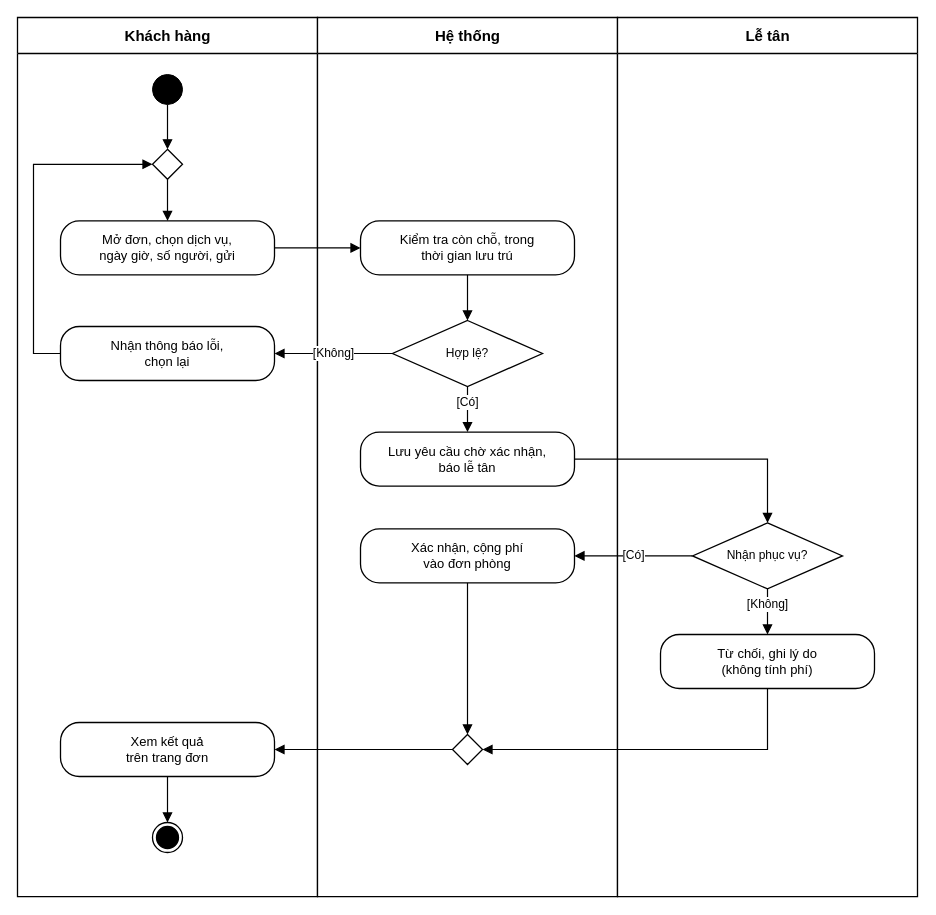
Before: docs/thiet-ke/hd-dat-dich-vu.drawio in ngynquchn2511/beach-hotel, a draw.io diagram. Source tidied: cells renumbered, new cells numbered last; positions are measured from the earlier drawing's top-left corner, leaving out a move shared by most shapes. Both pictures are drawn from the tidied source at 100%, with x=0, y=0 at pixel (17, 17).
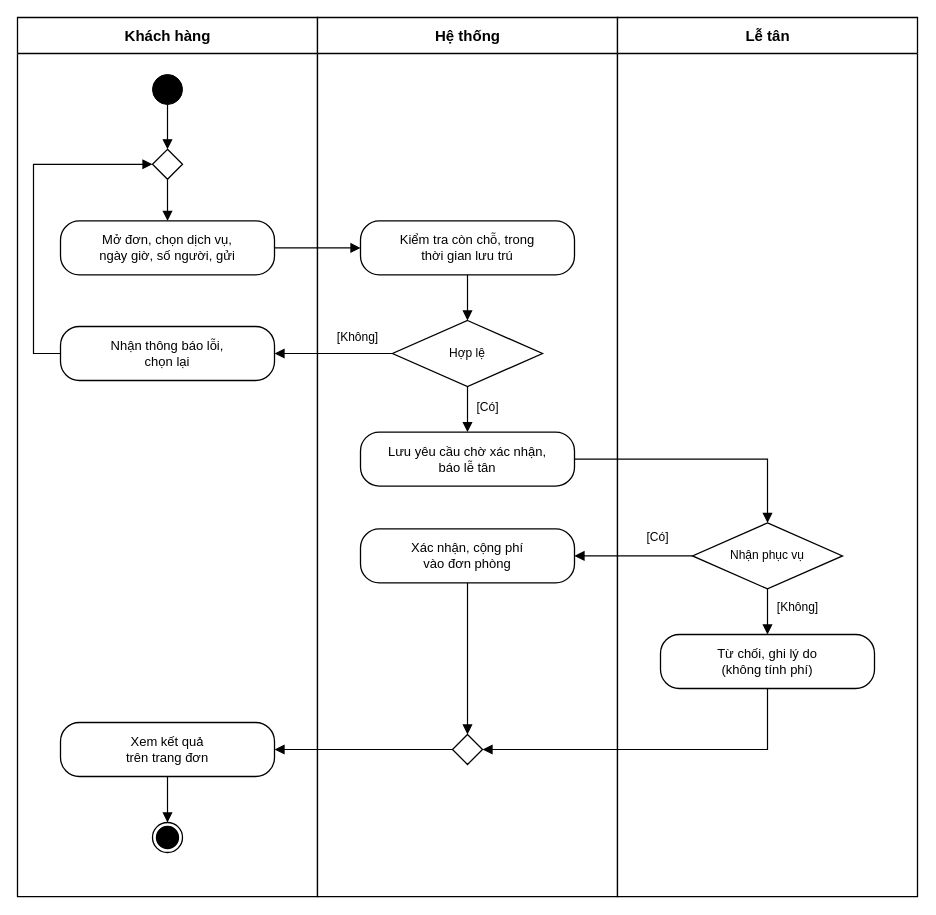
After the change.

The change refers to these unchanged cells:
```xml
<mxCell id="10" value="Nhận thông báo lỗi,&lt;br&gt;chọn lại" style="fontFamily=Arial;fontColor=#000000;rounded=1;whiteSpace=wrap;html=1;arcSize=35;fillColor=#FFFFFF;strokeColor=#000000;strokeWidth=1.3;fontSize=13;spacing=6;" parent="1" vertex="1">
  <mxGeometry x="43" y="309" width="214" height="54" as="geometry" />
</mxCell>
<mxCell id="11" value="Lưu yêu cầu chờ xác nhận,&lt;br&gt;báo lễ tân" style="fontFamily=Arial;fontColor=#000000;rounded=1;whiteSpace=wrap;html=1;arcSize=35;fillColor=#FFFFFF;strokeColor=#000000;strokeWidth=1.3;fontSize=13;spacing=6;" parent="1" vertex="1">
  <mxGeometry x="343" y="414.6" width="214" height="54" as="geometry" />
</mxCell>
<mxCell id="13" value="Xác nhận, cộng phí&lt;br&gt;vào đơn phòng" style="fontFamily=Arial;fontColor=#000000;rounded=1;whiteSpace=wrap;html=1;arcSize=35;fillColor=#FFFFFF;strokeColor=#000000;strokeWidth=1.3;fontSize=13;spacing=6;" parent="1" vertex="1">
  <mxGeometry x="343" y="511.4" width="214" height="54" as="geometry" />
</mxCell>
<mxCell id="14" value="Từ chối, ghi lý do&lt;br&gt;(không tính phí)" style="fontFamily=Arial;fontColor=#000000;rounded=1;whiteSpace=wrap;html=1;arcSize=35;fillColor=#FFFFFF;strokeColor=#000000;strokeWidth=1.3;fontSize=13;spacing=6;" parent="1" vertex="1">
  <mxGeometry x="643" y="617" width="214" height="54" as="geometry" />
</mxCell>
```

What changed in the source:
```diff
@@
-    <mxCell id="9" value="Hợp lệ?" style="fontFamily=Arial;fontColor=#000000;rhombus;whiteSpace=wrap;html=1;fillColor=#FFFFFF;strokeColor=#000000;strokeWidth=1.3;fontSize=12;" parent="1" vertex="1">
+    <mxCell id="9" value="Hợp lệ" style="fontFamily=Arial;fontColor=#000000;rhombus;whiteSpace=wrap;html=1;fillColor=#FFFFFF;strokeColor=#000000;strokeWidth=1.3;fontSize=12;" parent="1" vertex="1">
       <mxGeometry x="375" y="303" width="150" height="66" as="geometry" />
     </mxCell>
@@
-    <mxCell id="12" value="Nhận phục vụ?" style="fontFamily=Arial;fontColor=#000000;rhombus;whiteSpace=wrap;html=1;fillColor=#FFFFFF;strokeColor=#000000;strokeWidth=1.3;fontSize=12;" parent="1" vertex="1">
+    <mxCell id="12" value="Nhận phục vụ" style="fontFamily=Arial;fontColor=#000000;rhombus;whiteSpace=wrap;html=1;fillColor=#FFFFFF;strokeColor=#000000;strokeWidth=1.3;fontSize=12;" parent="1" vertex="1">
       <mxGeometry x="675" y="505.4" width="150" height="66" as="geometry" />
     </mxCell>
@@
     <mxCell id="22" value="[Không]" style="fontFamily=Arial;fontColor=#000000;edgeStyle=orthogonalEdgeStyle;rounded=0;html=1;endArrow=block;endFill=1;endSize=7;strokeColor=#000000;strokeWidth=1.2;fontSize=12;labelBackgroundColor=#FFFFFF;exitX=0;exitY=0.5;exitDx=0;exitDy=0;entryX=1;entryY=0.5;entryDx=0;entryDy=0;" parent="1" edge="1" source="9" target="10">
-      <mxGeometry relative="1" as="geometry" />
+      <mxGeometry x="-0.41" y="-16" relative="1" as="geometry" />
     </mxCell>
@@
     <mxCell id="24" value="[Có]" style="fontFamily=Arial;fontColor=#000000;edgeStyle=orthogonalEdgeStyle;rounded=0;html=1;endArrow=block;endFill=1;endSize=7;strokeColor=#000000;strokeWidth=1.2;fontSize=12;labelBackgroundColor=#FFFFFF;exitX=0.5;exitY=1;exitDx=0;exitDy=0;entryX=0.5;entryY=0;entryDx=0;entryDy=0;" parent="1" edge="1" source="9" target="11">
-      <mxGeometry x="-0.3" relative="1" as="geometry" />
+      <mxGeometry x="-0.08" y="20" relative="1" as="geometry" />
     </mxCell>
@@
     <mxCell id="26" value="[Có]" style="fontFamily=Arial;fontColor=#000000;edgeStyle=orthogonalEdgeStyle;rounded=0;html=1;endArrow=block;endFill=1;endSize=7;strokeColor=#000000;strokeWidth=1.2;fontSize=12;labelBackgroundColor=#FFFFFF;exitX=0;exitY=0.5;exitDx=0;exitDy=0;entryX=1;entryY=0.5;entryDx=0;entryDy=0;" parent="1" edge="1" source="12" target="13">
-      <mxGeometry relative="1" as="geometry" />
+      <mxGeometry x="-0.41" y="-18" relative="1" as="geometry" />
     </mxCell>
     <mxCell id="27" value="[Không]" style="fontFamily=Arial;fontColor=#000000;edgeStyle=orthogonalEdgeStyle;rounded=0;html=1;endArrow=block;endFill=1;endSize=7;strokeColor=#000000;strokeWidth=1.2;fontSize=12;labelBackgroundColor=#FFFFFF;exitX=0.5;exitY=1;exitDx=0;exitDy=0;entryX=0.5;entryY=0;entryDx=0;entryDy=0;" parent="1" edge="1" source="12" target="14">
-      <mxGeometry x="-0.3" relative="1" as="geometry" />
+      <mxGeometry x="-0.18" y="30" relative="1" as="geometry" />
     </mxCell>
```
